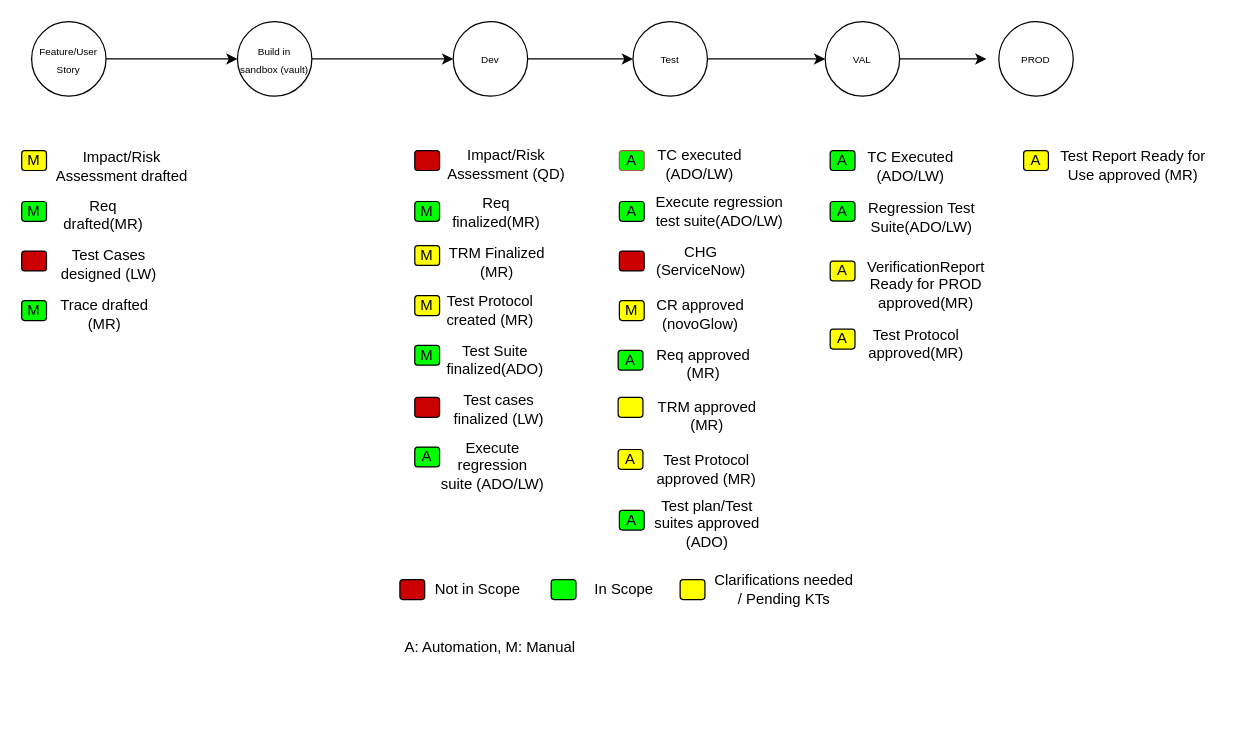
The draw.io diagram hpalmtoado3.drawio in surajnaik90/Architectures-Designs, before the edit. Source tidied: cells renumbered, new cells numbered last; positions are measured from the earlier drawing's top-left corner, leaving out a move shared by most shapes. Both pictures are drawn from the tidied source at 124%, with x=0, y=0 at pixel (21, 21).
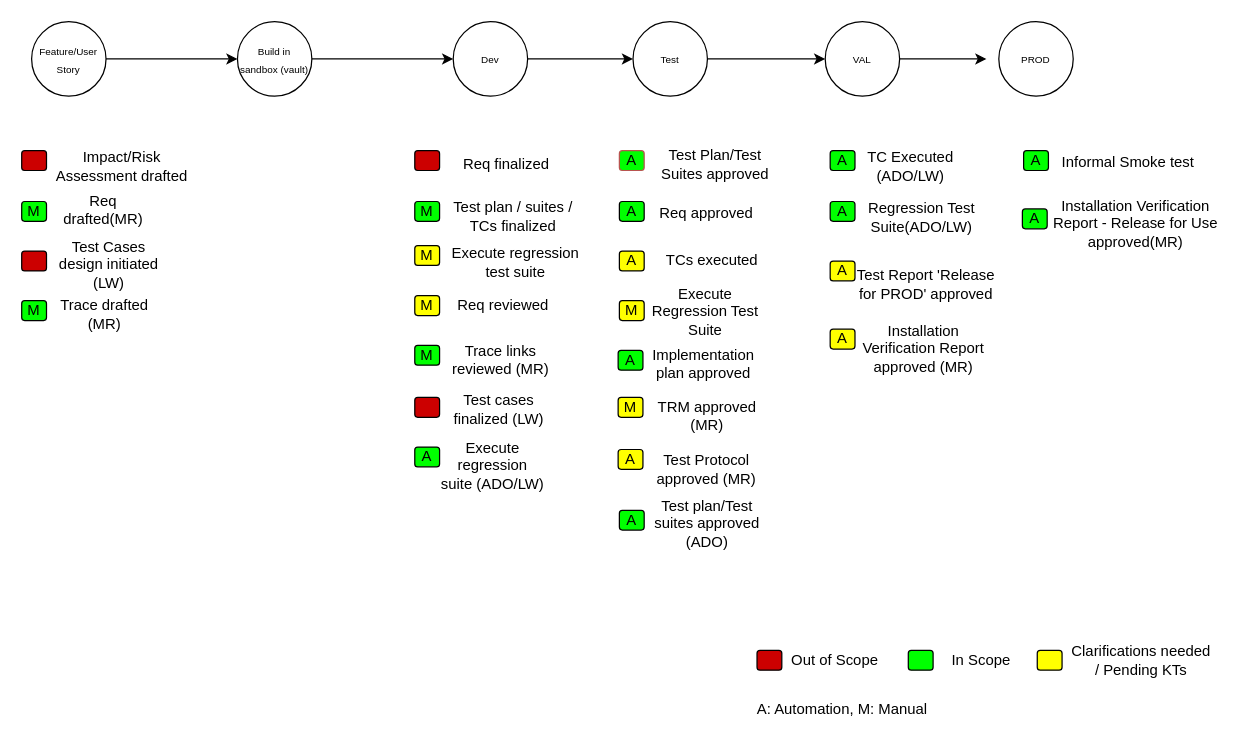
The same diagram, later.

What changed in the source:
```diff
@@
-    <mxCell id="16" value="Test Report Ready for Use approved (MR)" style="text;html=1;strokeColor=none;fillColor=none;align=center;verticalAlign=middle;whiteSpace=wrap;rounded=0;" parent="1" vertex="1">
-      <mxGeometry x="826" y="101" width="141" height="30" as="geometry" />
+    <mxCell id="16" value="Informal Smoke test" style="text;html=1;strokeColor=none;fillColor=none;align=center;verticalAlign=middle;whiteSpace=wrap;rounded=0;" parent="1" vertex="1">
+      <mxGeometry x="822" y="99" width="141" height="30" as="geometry" />
     </mxCell>
-    <mxCell id="17" value="In Scope" style="text;html=1;strokeColor=none;fillColor=none;align=center;verticalAlign=middle;whiteSpace=wrap;rounded=0;" parent="1" vertex="1">
-      <mxGeometry x="443" y="443" width="86" height="30" as="geometry" />
-    </mxCell>
-    <mxCell id="18" value="Clarifications needed / Pending KTs" style="text;html=1;strokeColor=none;fillColor=none;align=center;verticalAlign=middle;whiteSpace=wrap;rounded=0;" parent="1" vertex="1">
-      <mxGeometry x="555" y="443" width="120" height="30" as="geometry" />
-    </mxCell>
-    <mxCell id="19" value="Not in Scope" style="text;html=1;strokeColor=none;fillColor=none;align=center;verticalAlign=middle;whiteSpace=wrap;rounded=0;" parent="1" vertex="1">
-      <mxGeometry x="328" y="443" width="80" height="30" as="geometry" />
-    </mxCell>
     <mxCell id="20" value="A: Automation, M: Manual" style="text;html=1;strokeColor=none;fillColor=none;align=center;verticalAlign=middle;whiteSpace=wrap;rounded=0;" parent="1" vertex="1">
-      <mxGeometry x="277" y="490" width="202" height="30" as="geometry" />
+      <mxGeometry x="561" y="540" width="202" height="30" as="geometry" />
     </mxCell>
@@
     <mxCell id="22" value="Req drafted(MR)" style="text;html=1;strokeColor=none;fillColor=none;align=center;verticalAlign=middle;whiteSpace=wrap;rounded=0;" parent="1" vertex="1">
-      <mxGeometry x="24" y="141" width="84" height="30" as="geometry" />
+      <mxGeometry x="24" y="137" width="84" height="30" as="geometry" />
     </mxCell>
-    <mxCell id="23" value="Test Cases designed (LW)" style="text;html=1;strokeColor=none;fillColor=none;align=center;verticalAlign=middle;whiteSpace=wrap;rounded=0;" parent="1" vertex="1">
+    <mxCell id="23" value="Test Cases design initiated (LW)" style="text;html=1;strokeColor=none;fillColor=none;align=center;verticalAlign=middle;whiteSpace=wrap;rounded=0;" parent="1" vertex="1">
       <mxGeometry x="21" y="181" width="99" height="30" as="geometry" />
     </mxCell>
@@
-    <mxCell id="28" value="Impact/Risk Assessment (QD)" style="text;html=1;strokeColor=none;fillColor=none;align=center;verticalAlign=middle;whiteSpace=wrap;rounded=0;" parent="1" vertex="1">
+    <mxCell id="28" value="Req finalized" style="text;html=1;strokeColor=none;fillColor=none;align=center;verticalAlign=middle;whiteSpace=wrap;rounded=0;" parent="1" vertex="1">
       <mxGeometry x="342" y="100" width="98" height="30" as="geometry" />
     </mxCell>
-    <mxCell id="29" value="Req finalized(MR)" style="text;html=1;strokeColor=none;fillColor=none;align=center;verticalAlign=middle;whiteSpace=wrap;rounded=0;" parent="1" vertex="1">
-      <mxGeometry x="341" y="139" width="84" height="30" as="geometry" />
+    <mxCell id="29" value="Test plan / suites / TCs finalized" style="text;html=1;strokeColor=none;fillColor=none;align=center;verticalAlign=middle;whiteSpace=wrap;rounded=0;" parent="1" vertex="1">
+      <mxGeometry x="343" y="142" width="107" height="30" as="geometry" />
     </mxCell>
-    <mxCell id="30" value="TRM Finalized (MR)" style="text;html=1;strokeColor=none;fillColor=none;align=center;verticalAlign=middle;whiteSpace=wrap;rounded=0;" parent="1" vertex="1">
-      <mxGeometry x="339" y="179" width="89" height="30" as="geometry" />
+    <mxCell id="30" value="Execute regression test suite" style="text;html=1;strokeColor=none;fillColor=none;align=center;verticalAlign=middle;whiteSpace=wrap;rounded=0;" parent="1" vertex="1">
+      <mxGeometry x="339" y="179" width="119" height="30" as="geometry" />
     </mxCell>
-    <mxCell id="31" value="Test Protocol created (MR)" style="text;html=1;strokeColor=none;fillColor=none;align=center;verticalAlign=middle;whiteSpace=wrap;rounded=0;" parent="1" vertex="1">
-      <mxGeometry x="341" y="218" width="74" height="30" as="geometry" />
+    <mxCell id="31" value="Req reviewed" style="text;html=1;strokeColor=none;fillColor=none;align=center;verticalAlign=middle;whiteSpace=wrap;rounded=0;" parent="1" vertex="1">
+      <mxGeometry x="345" y="214" width="87" height="30" as="geometry" />
     </mxCell>
-    <mxCell id="32" value="Test Suite finalized(ADO)" style="text;html=1;strokeColor=none;fillColor=none;align=center;verticalAlign=middle;whiteSpace=wrap;rounded=0;" parent="1" vertex="1">
-      <mxGeometry x="345" y="258" width="74" height="30" as="geometry" />
+    <mxCell id="32" value="Trace links reviewed (MR)" style="text;html=1;strokeColor=none;fillColor=none;align=center;verticalAlign=middle;whiteSpace=wrap;rounded=0;" parent="1" vertex="1">
+      <mxGeometry x="345" y="258" width="83" height="30" as="geometry" />
     </mxCell>
@@
-    <mxCell id="35" value="Req approved (MR)" style="text;html=1;strokeColor=none;fillColor=none;align=center;verticalAlign=middle;whiteSpace=wrap;rounded=0;" parent="1" vertex="1">
+    <mxCell id="35" value="Implementation plan approved" style="text;html=1;strokeColor=none;fillColor=none;align=center;verticalAlign=middle;whiteSpace=wrap;rounded=0;" parent="1" vertex="1">
       <mxGeometry x="507" y="261" width="86" height="30" as="geometry" />
     </mxCell>
@@
-    <mxCell id="38" value="TC executed (ADO/LW)" style="text;html=1;strokeColor=none;fillColor=none;align=center;verticalAlign=middle;whiteSpace=wrap;rounded=0;" parent="1" vertex="1">
-      <mxGeometry x="511" y="100" width="72" height="30" as="geometry" />
+    <mxCell id="38" value="Test Plan/Test Suites approved" style="text;html=1;strokeColor=none;fillColor=none;align=center;verticalAlign=middle;whiteSpace=wrap;rounded=0;" parent="1" vertex="1">
+      <mxGeometry x="511" y="100" width="97" height="30" as="geometry" />
     </mxCell>
-    <mxCell id="39" value="Execute regression test suite(ADO/LW)" style="text;html=1;strokeColor=none;fillColor=none;align=center;verticalAlign=middle;whiteSpace=wrap;rounded=0;" parent="1" vertex="1">
-      <mxGeometry x="508" y="138" width="110" height="30" as="geometry" />
+    <mxCell id="39" value="Req approved&amp;nbsp;" style="text;html=1;strokeColor=none;fillColor=none;align=center;verticalAlign=middle;whiteSpace=wrap;rounded=0;" parent="1" vertex="1">
+      <mxGeometry x="499" y="140" width="110" height="30" as="geometry" />
     </mxCell>
-    <mxCell id="40" value="CHG (ServiceNow)" style="text;html=1;strokeColor=none;fillColor=none;align=center;verticalAlign=middle;whiteSpace=wrap;rounded=0;" parent="1" vertex="1">
-      <mxGeometry x="506" y="178" width="84" height="30" as="geometry" />
+    <mxCell id="40" value="TCs executed" style="text;html=1;strokeColor=none;fillColor=none;align=center;verticalAlign=middle;whiteSpace=wrap;rounded=0;" parent="1" vertex="1">
+      <mxGeometry x="506" y="178" width="102" height="30" as="geometry" />
     </mxCell>
-    <mxCell id="41" value="CR approved (novoGlow)" style="text;html=1;strokeColor=none;fillColor=none;align=center;verticalAlign=middle;whiteSpace=wrap;rounded=0;" parent="1" vertex="1">
-      <mxGeometry x="499" y="221" width="97" height="30" as="geometry" />
+    <mxCell id="41" value="Execute Regression Test Suite" style="text;html=1;strokeColor=none;fillColor=none;align=center;verticalAlign=middle;whiteSpace=wrap;rounded=0;" parent="1" vertex="1">
+      <mxGeometry x="503" y="219" width="97" height="30" as="geometry" />
     </mxCell>
@@
-    <mxCell id="44" style="rounded=1;whiteSpace=wrap;html=1;fillColor=#CC0000;" parent="1" vertex="1">
+    <mxCell id="44" value="A" style="rounded=1;whiteSpace=wrap;html=1;fillColor=#FFFF00;" parent="1" vertex="1">
       <mxGeometry x="482" y="185" width="20" height="16" as="geometry" />
     </mxCell>
@@
-    <mxCell id="47" style="rounded=1;whiteSpace=wrap;html=1;fillColor=#FFFF00;" parent="1" vertex="1">
+    <mxCell id="47" value="M" style="rounded=1;whiteSpace=wrap;html=1;fillColor=#FFFF00;" parent="1" vertex="1">
       <mxGeometry x="481" y="303" width="20" height="16" as="geometry" />
     </mxCell>
@@
-    <mxCell id="62" value="Test Protocol approved(MR)" style="text;html=1;strokeColor=none;fillColor=none;align=center;verticalAlign=middle;whiteSpace=wrap;rounded=0;" parent="1" vertex="1">
-      <mxGeometry x="667" y="245" width="109" height="30" as="geometry" />
+    <mxCell id="62" value="Installation Verification Report approved (MR)" style="text;html=1;strokeColor=none;fillColor=none;align=center;verticalAlign=middle;whiteSpace=wrap;rounded=0;" parent="1" vertex="1">
+      <mxGeometry x="673" y="249" width="109" height="30" as="geometry" />
     </mxCell>
@@
-    <mxCell id="65" value="VerificationReport Ready for PROD approved(MR)" style="text;html=1;strokeColor=none;fillColor=none;align=center;verticalAlign=middle;whiteSpace=wrap;rounded=0;" parent="1" vertex="1">
+    <mxCell id="65" value="Test Report 'Release for PROD' approved" style="text;html=1;strokeColor=none;fillColor=none;align=center;verticalAlign=middle;whiteSpace=wrap;rounded=0;" parent="1" vertex="1">
       <mxGeometry x="673" y="198" width="113" height="27" as="geometry" />
     </mxCell>
@@
-    <mxCell id="70" value="A" style="rounded=1;whiteSpace=wrap;html=1;fillColor=#FFFF00;" parent="1" vertex="1">
+    <mxCell id="70" value="A" style="rounded=1;whiteSpace=wrap;html=1;fillColor=#00FF00;" parent="1" vertex="1">
       <mxGeometry x="808" y="104" width="20" height="16" as="geometry" />
     </mxCell>
-    <mxCell id="71" value="M" style="rounded=1;whiteSpace=wrap;html=1;fillColor=#FFFF00;" parent="1" vertex="1">
+    <mxCell id="71" style="rounded=1;whiteSpace=wrap;html=1;fillColor=#CC0000;" parent="1" vertex="1">
       <mxGeometry y="104" width="20" height="16" as="geometry" />
     </mxCell>
-    <mxCell id="72" style="rounded=1;whiteSpace=wrap;html=1;fillColor=#00FF00;" parent="1" vertex="1">
-      <mxGeometry x="427" y="450" width="20" height="16" as="geometry" />
-    </mxCell>
-    <mxCell id="73" style="rounded=1;whiteSpace=wrap;html=1;fillColor=#FFFF00;" parent="1" vertex="1">
-      <mxGeometry x="531" y="450" width="20" height="16" as="geometry" />
-    </mxCell>
-    <mxCell id="74" style="rounded=1;whiteSpace=wrap;html=1;fillColor=#CC0000;" parent="1" vertex="1">
-      <mxGeometry x="305" y="450" width="20" height="16" as="geometry" />
-    </mxCell>
+    <mxCell id="75" value="Installation Verification Report - Release for Use approved(MR)" style="text;html=1;strokeColor=none;fillColor=none;align=center;verticalAlign=middle;whiteSpace=wrap;rounded=0;" parent="1" vertex="1">
+      <mxGeometry x="828" y="148" width="141" height="30" as="geometry" />
+    </mxCell>
+    <mxCell id="76" value="A" style="rounded=1;whiteSpace=wrap;html=1;fillColor=#00FF00;" parent="1" vertex="1">
+      <mxGeometry x="807" y="151" width="20" height="16" as="geometry" />
+    </mxCell>
+    <mxCell id="77" style="group;" parent="1" vertex="1">
+      <mxGeometry x="593" y="500" width="370" height="30" as="geometry" />
+    </mxCell>
+    <mxCell id="18" value="Clarifications needed / Pending KTs" style="text;html=1;strokeColor=none;fillColor=none;align=center;verticalAlign=middle;whiteSpace=wrap;rounded=0;" parent="77" vertex="1">
+      <mxGeometry x="250" width="120" height="30" as="geometry" />
+    </mxCell>
+    <mxCell id="78" style="rounded=1;whiteSpace=wrap;html=1;fillColor=#CC0000;" parent="77" vertex="1">
+      <mxGeometry y="7" width="20" height="16" as="geometry" />
+    </mxCell>
+    <mxCell id="79" value="Out of Scope" style="text;html=1;strokeColor=none;fillColor=none;align=center;verticalAlign=middle;whiteSpace=wrap;rounded=0;" parent="77" vertex="1">
+      <mxGeometry x="23" width="80" height="30" as="geometry" />
+    </mxCell>
+    <mxCell id="17" value="In Scope" style="text;html=1;strokeColor=none;fillColor=none;align=center;verticalAlign=middle;whiteSpace=wrap;rounded=0;" parent="77" vertex="1">
+      <mxGeometry x="142" width="78" height="30" as="geometry" />
+    </mxCell>
+    <mxCell id="80" style="rounded=1;whiteSpace=wrap;html=1;fillColor=#00FF00;" parent="77" vertex="1">
+      <mxGeometry x="122" y="7" width="20" height="16" as="geometry" />
+    </mxCell>
+    <mxCell id="81" style="rounded=1;whiteSpace=wrap;html=1;fillColor=#FFFF00;" parent="77" vertex="1">
+      <mxGeometry x="226" y="7" width="20" height="16" as="geometry" />
+    </mxCell>
```
